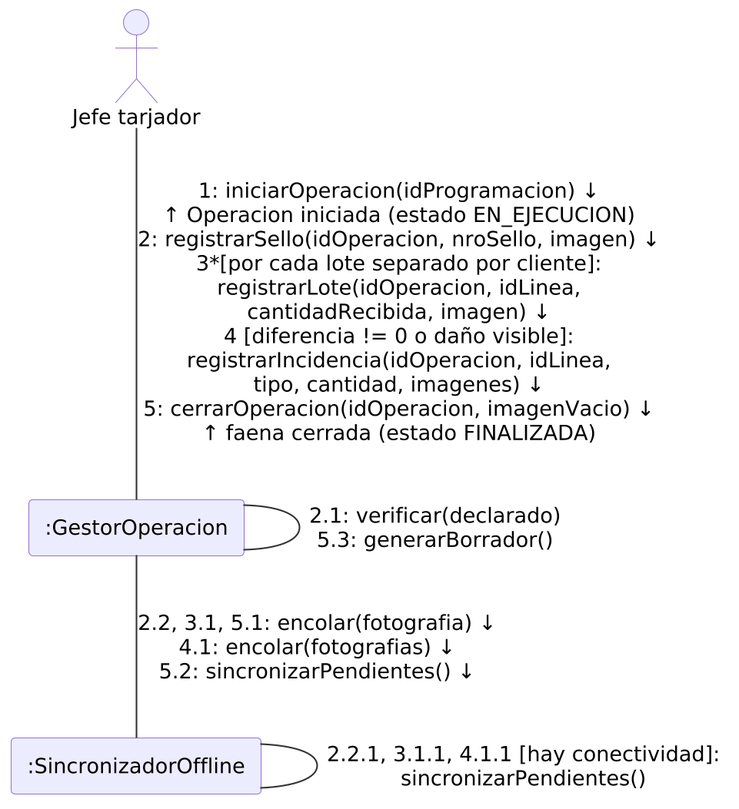
Earlier version of the PlantUML export Figuras/diagramas/19-col-registrar-datos-operacion.png (RenatoEspina/Latex-proyecto).
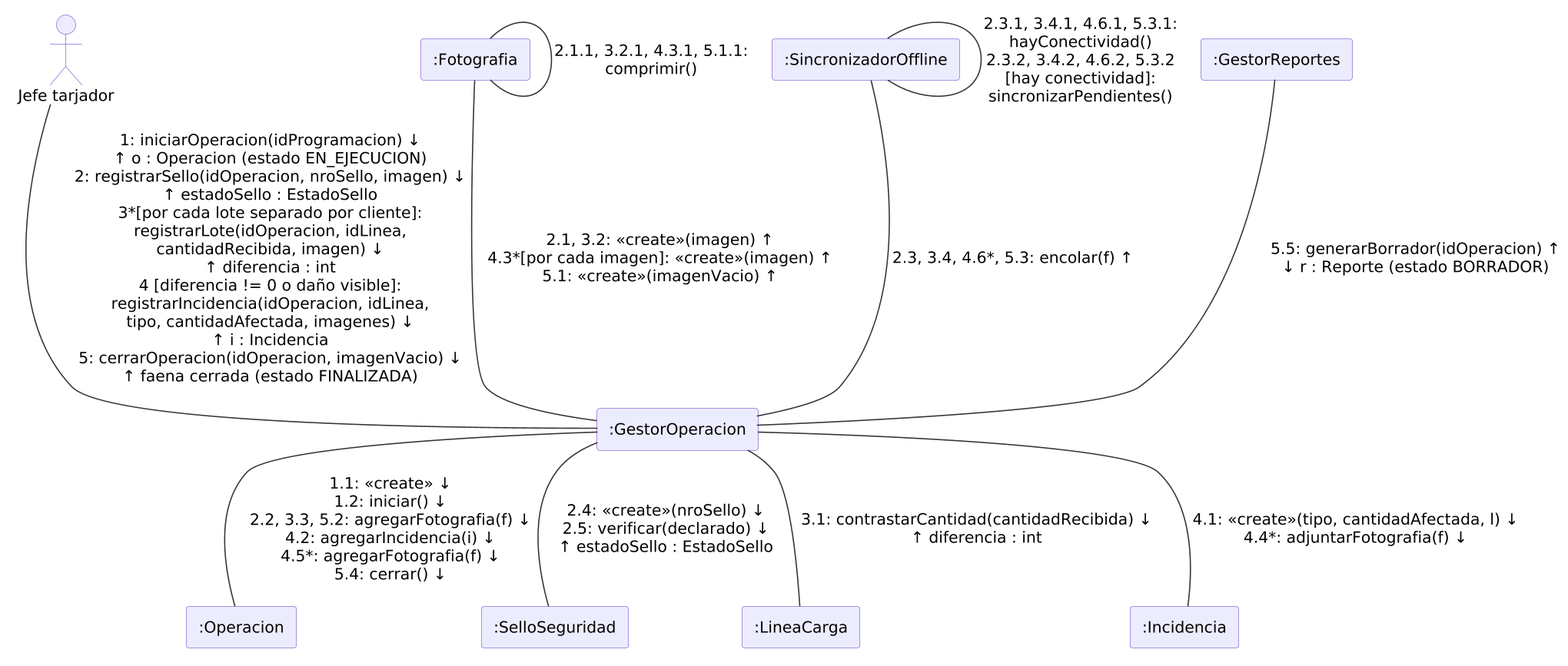
After the change.

What changed in the source:
```diff
@@ -1,12 +1,24 @@
 @startuml
-skinparamlocked dpi 200
+skinparamlocked dpi 150
 !include _estilo.iuml
 actor "Jefe tarjador" as JT
 rectangle ":GestorOperacion" as GO
+rectangle ":Operacion" as O
+rectangle ":SelloSeguridad" as S
+rectangle ":LineaCarga" as L
+rectangle ":Incidencia" as I
+rectangle ":Fotografia" as F
 rectangle ":SincronizadorOffline" as SO
+rectangle ":GestorReportes" as GR
 
-JT -- GO : "1: iniciarOperacion(idProgramacion) ↓\n↑ Operacion iniciada (estado EN_EJECUCION)\n2: registrarSello(idOperacion, nroSello, imagen) ↓\n3*[por cada lote separado por cliente]:\nregistrarLote(idOperacion, idLinea,\ncantidadRecibida, imagen) ↓\n4 [diferencia != 0 o daño visible]:\nregistrarIncidencia(idOperacion, idLinea,\ntipo, cantidad, imagenes) ↓\n5: cerrarOperacion(idOperacion, imagenVacio) ↓\n↑ faena cerrada (estado FINALIZADA)"
-GO -- GO : "2.1: verificar(declarado)\n5.3: generarBorrador()"
-GO -- SO : "2.2, 3.1, 5.1: encolar(fotografia) ↓\n4.1: encolar(fotografias) ↓\n5.2: sincronizarPendientes() ↓"
-SO -- SO : "2.2.1, 3.1.1, 4.1.1 [hay conectividad]:\nsincronizarPendientes()"
+JT -- GO : "1: iniciarOperacion(idProgramacion) ↓\n↑ o : Operacion (estado EN_EJECUCION)\n2: registrarSello(idOperacion, nroSello, imagen) ↓\n↑ estadoSello : EstadoSello\n3*[por cada lote separado por cliente]:\nregistrarLote(idOperacion, idLinea,\ncantidadRecibida, imagen) ↓\n↑ diferencia : int\n4 [diferencia != 0 o daño visible]:\nregistrarIncidencia(idOperacion, idLinea,\ntipo, cantidadAfectada, imagenes) ↓\n↑ i : Incidencia\n5: cerrarOperacion(idOperacion, imagenVacio) ↓\n↑ faena cerrada (estado FINALIZADA)"
+GO -- O : "1.1: <<create>> ↓\n1.2: iniciar() ↓\n2.2, 3.3, 5.2: agregarFotografia(f) ↓\n4.2: agregarIncidencia(i) ↓\n4.5*: agregarFotografia(f) ↓\n5.4: cerrar() ↓"
+GO -- S : "2.4: <<create>>(nroSello) ↓\n2.5: verificar(declarado) ↓\n↑ estadoSello : EstadoSello"
+GO -- L : "3.1: contrastarCantidad(cantidadRecibida) ↓\n↑ diferencia : int"
+GO -- I : "4.1: <<create>>(tipo, cantidadAfectada, l) ↓\n4.4*: adjuntarFotografia(f) ↓"
+GO -up- F : "2.1, 3.2: <<create>>(imagen) ↑\n4.3*[por cada imagen]: <<create>>(imagen) ↑\n5.1: <<create>>(imagenVacio) ↑"
+F -- F : "2.1.1, 3.2.1, 4.3.1, 5.1.1:\ncomprimir()"
+GO -up- SO : "2.3, 3.4, 4.6*, 5.3: encolar(f) ↑"
+SO -- SO : "2.3.1, 3.4.1, 4.6.1, 5.3.1:\nhayConectividad()\n2.3.2, 3.4.2, 4.6.2, 5.3.2\n[hay conectividad]:\nsincronizarPendientes()"
+GO -up- GR : "5.5: generarBorrador(idOperacion) ↑\n↓ r : Reporte (estado BORRADOR)"
 @enduml
```
